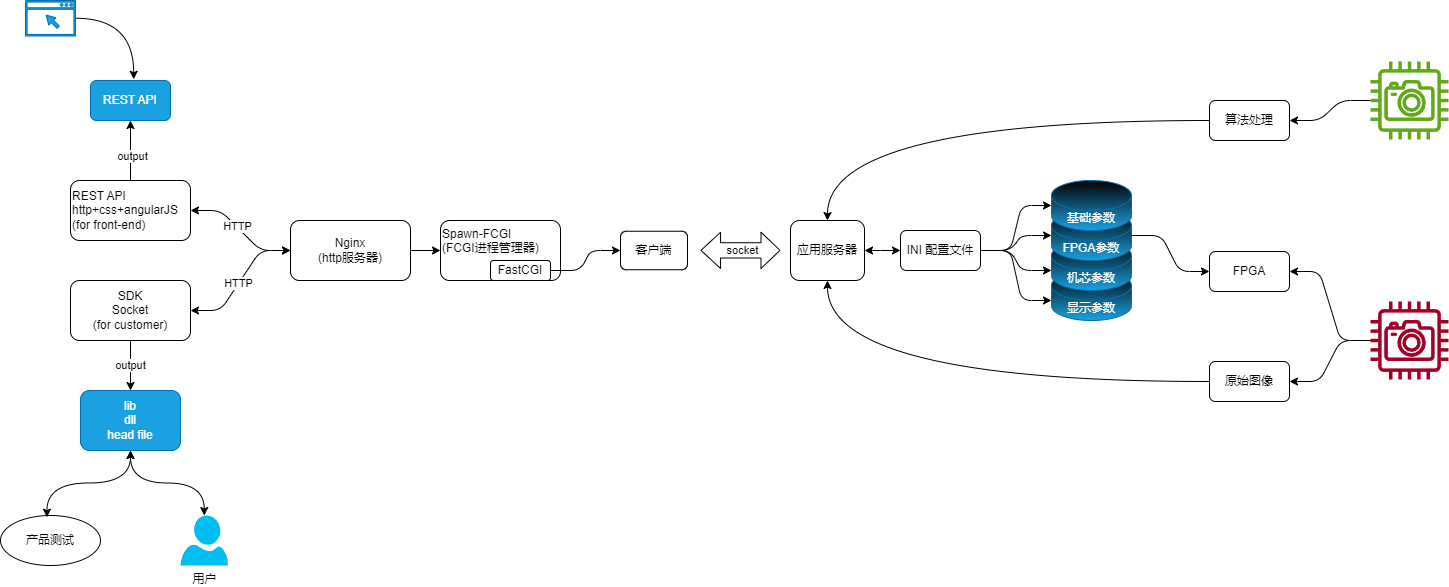
This is project/infrared camera/diagram.drawio.png from duan-zhenghong/CPD, a draw.io export, as it was before one commit. Source tidied: cells renumbered, new cells last; positions are measured from the earlier drawing's top-left corner, leaving out a move shared by most shapes.
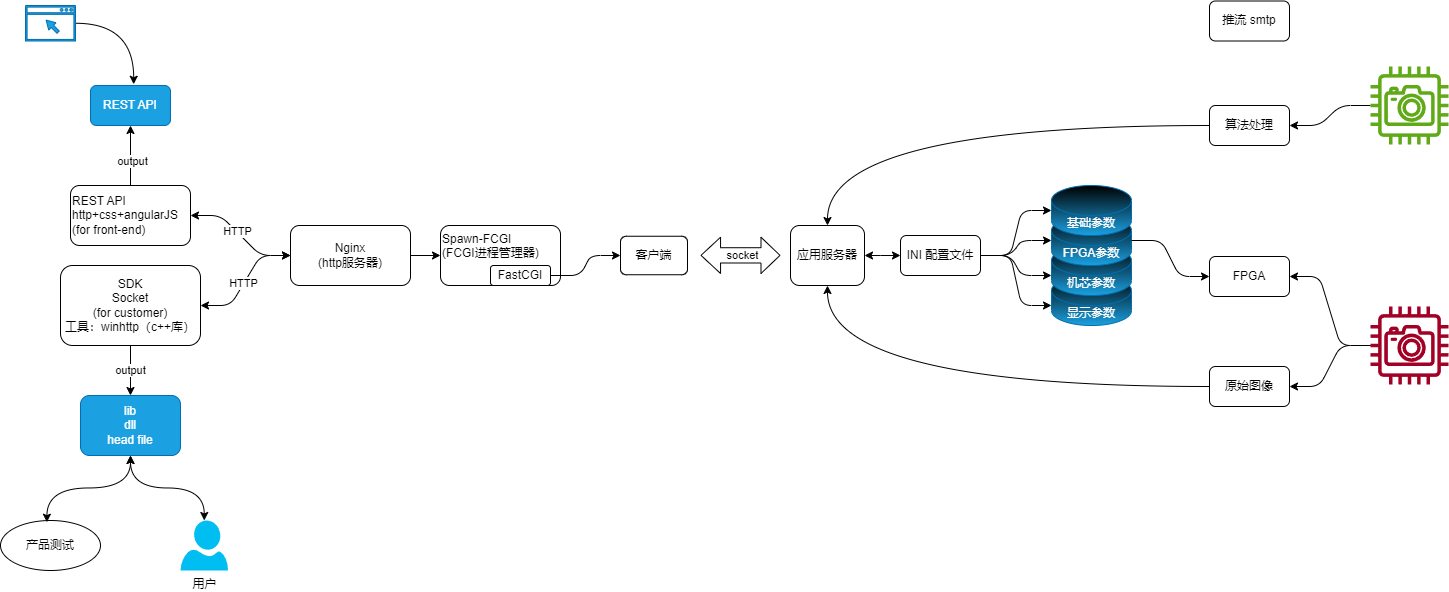
Above is the later version.

The edit, as a diff of the source:
```diff
@@ -20,8 +20,8 @@
     <mxCell id="7" value="output" style="edgeStyle=none;html=1;" parent="1" edge="1" source="8" target="21">
       <mxGeometry relative="1" as="geometry" />
     </mxCell>
-    <mxCell id="8" value="SDK&lt;br&gt;Socket&lt;br&gt;(for customer)" style="rounded=1;whiteSpace=wrap;html=1;" parent="1" vertex="1">
-      <mxGeometry x="70" y="280" width="120" height="60" as="geometry" />
+    <mxCell id="8" value="SDK&lt;br&gt;Socket&lt;br&gt;(for customer)&lt;br&gt;工具：winhttp（c++库）" style="rounded=1;whiteSpace=wrap;html=1;" parent="1" vertex="1">
+      <mxGeometry x="60" y="260" width="140" height="80" as="geometry" />
     </mxCell>
     <mxCell id="9" style="endArrow=classic;startArrow=classic;html=1;fontFamily=Helvetica;fontSize=11;fontColor=default;align=center;strokeColor=default;edgeStyle=entityRelationEdgeStyle;" parent="1" edge="1" source="3" target="8">
       <mxGeometry relative="1" as="geometry" />
@@ -158,5 +158,8 @@
     <mxCell id="50" style="edgeStyle=entityRelationEdgeStyle;html=1;exitX=1;exitY=0.5;exitDx=0;exitDy=0;exitPerimeter=0;entryX=0;entryY=0.5;entryDx=0;entryDy=0;" parent="1" edge="1" source="38" target="40">
       <mxGeometry relative="1" as="geometry" />
     </mxCell>
+    <mxCell id="51" value="推流 smtp" style="rounded=1;whiteSpace=wrap;html=1;" parent="1" vertex="1">
+      <mxGeometry x="1209" y="-4.5" width="80" height="40" as="geometry" />
+    </mxCell>
   </root>
 </mxGraphModel>
```
